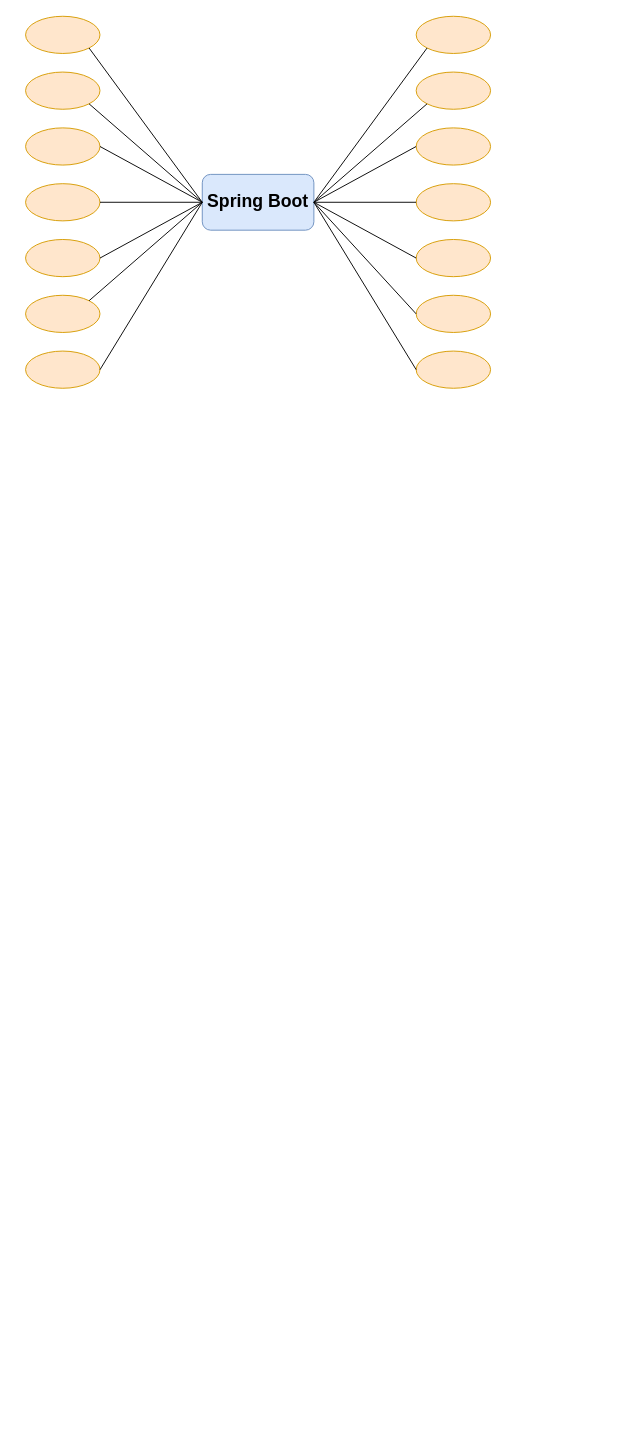
KTLeYing/draw-diagram keeps this draw.io diagram as 其他/业界前沿技术栈框架(后端).drawio. Above is the earlier version. Source tidied: cells renumbered, new cells numbered last; positions are measured from the earlier drawing's top-left corner, leaving out a move shared by most shapes. Both pictures are drawn from the tidied source at 93%, with x=0, y=0 at pixel (25, 16).
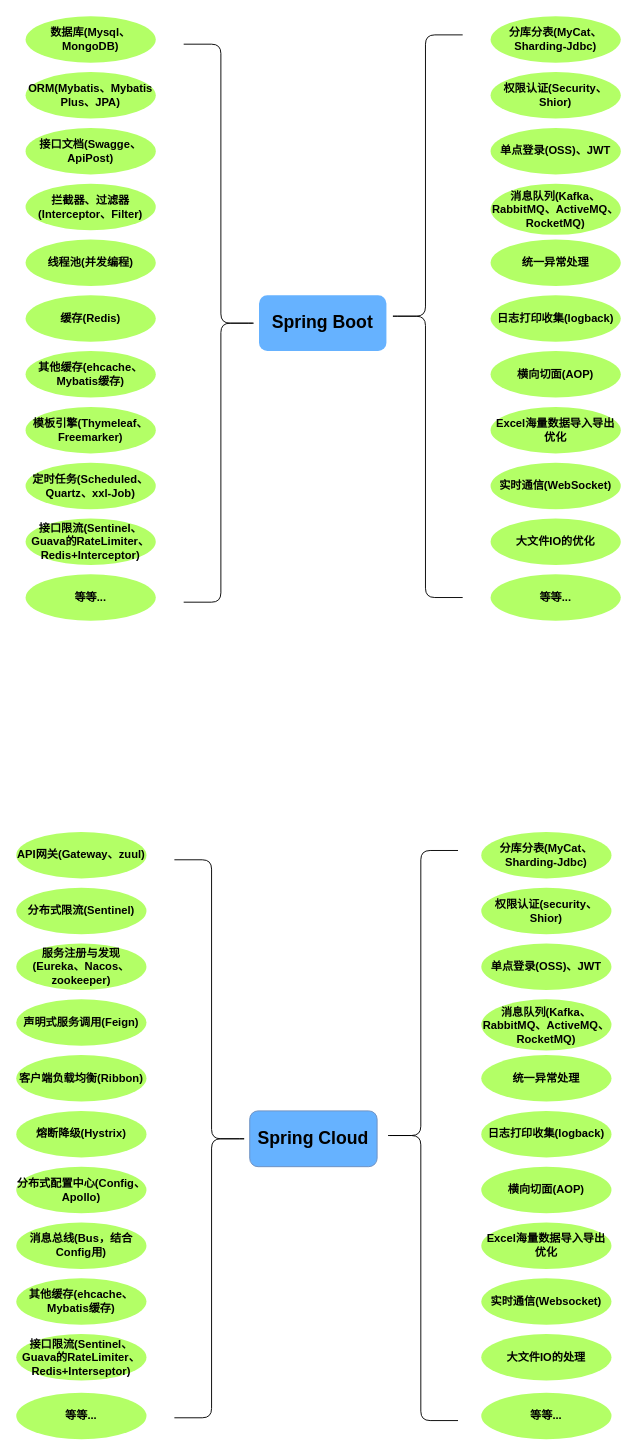
After the change.

Commit message (it also covers changes not shown here):
更新业界前沿技术栈框架(后端).drawio

Change to the diagram source:
```diff
@@
-    <mxCell id="2" value="&lt;font style=&quot;font-size: 19px;&quot;&gt;Spring Boot&lt;/font&gt;" style="rounded=1;whiteSpace=wrap;html=1;fillColor=#dae8fc;strokeColor=#6c8ebf;fontStyle=1;gradientColor=none;" parent="1" vertex="1">
-      <mxGeometry x="190" y="170" width="120" height="60" as="geometry" />
+    <mxCell id="2" value="&lt;font style=&quot;font-size: 19px;&quot;&gt;Spring Boot&lt;/font&gt;" style="rounded=1;whiteSpace=wrap;html=1;fillColor=#66B2FF;strokeColor=none;fontStyle=1;gradientColor=none;" parent="1" vertex="1">
+      <mxGeometry x="251" y="300" width="137" height="60" as="geometry" />
     </mxCell>
-    <mxCell id="3" style="ellipse;whiteSpace=wrap;html=1;fillColor=#ffe6cc;strokeColor=#d79b00;" parent="1" vertex="1">
-      <mxGeometry width="80" height="40" as="geometry" />
+    <mxCell id="3" value="数据库(Mysql、MongoDB)" style="ellipse;whiteSpace=wrap;html=1;fillColor=#B3FF66;strokeColor=none;fontColor=#000000;fontStyle=1;" parent="1" vertex="1">
+      <mxGeometry width="140" height="50" as="geometry" />
     </mxCell>
-    <mxCell id="4" style="ellipse;whiteSpace=wrap;html=1;fillColor=#ffe6cc;strokeColor=#d79b00;" parent="1" vertex="1">
-      <mxGeometry y="60" width="80" height="40" as="geometry" />
+    <mxCell id="4" value="ORM(Mybatis、Mybatis Plus、JPA)" style="ellipse;whiteSpace=wrap;html=1;fillColor=#B3FF66;strokeColor=none;fontColor=#000000;fontStyle=1;" parent="1" vertex="1">
+      <mxGeometry y="60" width="140" height="50" as="geometry" />
     </mxCell>
-    <mxCell id="5" style="ellipse;whiteSpace=wrap;html=1;fillColor=#ffe6cc;strokeColor=#d79b00;" parent="1" vertex="1">
-      <mxGeometry y="180" width="80" height="40" as="geometry" />
-    </mxCell>
-    <mxCell id="6" style="ellipse;whiteSpace=wrap;html=1;fillColor=#ffe6cc;strokeColor=#d79b00;" parent="1" vertex="1">
-      <mxGeometry y="120" width="80" height="40" as="geometry" />
-    </mxCell>
-    <mxCell id="7" style="ellipse;whiteSpace=wrap;html=1;fillColor=#ffe6cc;strokeColor=#d79b00;" parent="1" vertex="1">
-      <mxGeometry y="300" width="80" height="40" as="geometry" />
-    </mxCell>
-    <mxCell id="8" style="ellipse;whiteSpace=wrap;html=1;fillColor=#ffe6cc;strokeColor=#d79b00;" parent="1" vertex="1">
-      <mxGeometry y="240" width="80" height="40" as="geometry" />
-    </mxCell>
-    <mxCell id="9" style="endArrow=none;html=1;rounded=0;entryX=1;entryY=1;entryDx=0;entryDy=0;exitX=0;exitY=0.5;exitDx=0;exitDy=0;" parent="1" edge="1" source="2" target="3">
-      <mxGeometry relative="1" as="geometry" />
-    </mxCell>
-    <mxCell id="10" style="endArrow=none;html=1;rounded=0;entryX=1;entryY=0.5;entryDx=0;entryDy=0;" parent="1" edge="1" target="6">
-      <mxGeometry relative="1" as="geometry">
-        <mxPoint x="190" y="200" as="sourcePoint" />
-      </mxGeometry>
-    </mxCell>
-    <mxCell id="11" style="endArrow=none;html=1;rounded=0;entryX=1;entryY=1;entryDx=0;entryDy=0;exitX=0;exitY=0.5;exitDx=0;exitDy=0;" parent="1" edge="1" source="2" target="4">
-      <mxGeometry relative="1" as="geometry" />
-    </mxCell>
-    <mxCell id="12" style="endArrow=none;html=1;rounded=0;entryX=1;entryY=0.5;entryDx=0;entryDy=0;exitX=0;exitY=0.5;exitDx=0;exitDy=0;" parent="1" edge="1" source="2" target="5">
-      <mxGeometry relative="1" as="geometry" />
-    </mxCell>
-    <mxCell id="13" style="endArrow=none;html=1;rounded=0;entryX=1;entryY=0.5;entryDx=0;entryDy=0;exitX=0;exitY=0.5;exitDx=0;exitDy=0;" parent="1" edge="1" source="2" target="8">
-      <mxGeometry relative="1" as="geometry" />
-    </mxCell>
-    <mxCell id="14" style="endArrow=none;html=1;rounded=0;entryX=1;entryY=0;entryDx=0;entryDy=0;exitX=0;exitY=0.5;exitDx=0;exitDy=0;" parent="1" edge="1" source="2" target="7">
-      <mxGeometry relative="1" as="geometry" />
-    </mxCell>
-    <mxCell id="15" style="ellipse;whiteSpace=wrap;html=1;fillColor=#ffe6cc;strokeColor=#d79b00;" parent="1" vertex="1">
-      <mxGeometry y="360" width="80" height="40" as="geometry" />
-    </mxCell>
-    <mxCell id="16" style="endArrow=none;html=1;rounded=0;entryX=1;entryY=0.5;entryDx=0;entryDy=0;" parent="1" edge="1" target="15">
-      <mxGeometry relative="1" as="geometry">
-        <mxPoint x="190" y="200" as="sourcePoint" />
-      </mxGeometry>
-    </mxCell>
-    <mxCell id="17" style="ellipse;whiteSpace=wrap;html=1;fillColor=#ffe6cc;strokeColor=#d79b00;" parent="1" vertex="1">
-      <mxGeometry x="420" width="80" height="40" as="geometry" />
-    </mxCell>
-    <mxCell id="18" style="ellipse;whiteSpace=wrap;html=1;fillColor=#ffe6cc;strokeColor=#d79b00;" parent="1" vertex="1">
-      <mxGeometry x="420" y="60" width="80" height="40" as="geometry" />
-    </mxCell>
-    <mxCell id="19" style="ellipse;whiteSpace=wrap;html=1;fillColor=#ffe6cc;strokeColor=#d79b00;" parent="1" vertex="1">
-      <mxGeometry x="420" y="180" width="80" height="40" as="geometry" />
-    </mxCell>
-    <mxCell id="20" style="ellipse;whiteSpace=wrap;html=1;fillColor=#ffe6cc;strokeColor=#d79b00;" parent="1" vertex="1">
-      <mxGeometry x="420" y="120" width="80" height="40" as="geometry" />
-    </mxCell>
-    <mxCell id="21" style="ellipse;whiteSpace=wrap;html=1;fillColor=#ffe6cc;strokeColor=#d79b00;" parent="1" vertex="1">
-      <mxGeometry x="420" y="300" width="80" height="40" as="geometry" />
-    </mxCell>
-    <mxCell id="22" style="ellipse;whiteSpace=wrap;html=1;fillColor=#ffe6cc;strokeColor=#d79b00;" parent="1" vertex="1">
-      <mxGeometry x="420" y="240" width="80" height="40" as="geometry" />
-    </mxCell>
-    <mxCell id="23" style="endArrow=none;html=1;rounded=0;entryX=0;entryY=1;entryDx=0;entryDy=0;exitX=1;exitY=0.5;exitDx=0;exitDy=0;" parent="1" edge="1" source="2" target="17">
-      <mxGeometry relative="1" as="geometry" />
-    </mxCell>
-    <mxCell id="24" style="endArrow=none;html=1;rounded=0;exitX=0;exitY=0.5;exitDx=0;exitDy=0;" parent="1" edge="1" source="20">
-      <mxGeometry relative="1" as="geometry">
-        <mxPoint x="310" y="200" as="targetPoint" />
-      </mxGeometry>
-    </mxCell>
-    <mxCell id="25" style="endArrow=none;html=1;rounded=0;exitX=0;exitY=1;exitDx=0;exitDy=0;" parent="1" edge="1" source="18">
-      <mxGeometry relative="1" as="geometry">
-        <mxPoint x="310" y="200" as="targetPoint" />
-      </mxGeometry>
-    </mxCell>
-    <mxCell id="26" style="endArrow=none;html=1;rounded=0;" parent="1" edge="1">
-      <mxGeometry relative="1" as="geometry">
-        <mxPoint x="420" y="200" as="sourcePoint" />
-        <mxPoint x="310" y="200" as="targetPoint" />
-      </mxGeometry>
-    </mxCell>
-    <mxCell id="27" style="endArrow=none;html=1;rounded=0;entryX=1;entryY=0.5;entryDx=0;entryDy=0;exitX=0;exitY=0.5;exitDx=0;exitDy=0;" parent="1" edge="1" source="22" target="2">
-      <mxGeometry relative="1" as="geometry" />
-    </mxCell>
-    <mxCell id="28" style="endArrow=none;html=1;rounded=0;exitX=0;exitY=0.5;exitDx=0;exitDy=0;" parent="1" edge="1" source="21">
-      <mxGeometry relative="1" as="geometry">
-        <mxPoint x="310" y="200" as="targetPoint" />
-      </mxGeometry>
-    </mxCell>
-    <mxCell id="29" style="ellipse;whiteSpace=wrap;html=1;fillColor=#ffe6cc;strokeColor=#d79b00;" parent="1" vertex="1">
-      <mxGeometry x="420" y="360" width="80" height="40" as="geometry" />
-    </mxCell>
-    <mxCell id="30" style="endArrow=none;html=1;rounded=0;exitX=0;exitY=0.5;exitDx=0;exitDy=0;" parent="1" edge="1" source="29">
-      <mxGeometry relative="1" as="geometry">
-        <mxPoint x="310" y="200" as="targetPoint" />
-      </mxGeometry>
-    </mxCell>
+    <mxCell id="31" value="接口文档(Swagge、ApiPost)" style="ellipse;whiteSpace=wrap;html=1;fillColor=#B3FF66;strokeColor=none;fontColor=#000000;fontStyle=1;" parent="1" vertex="1">
+      <mxGeometry y="120" width="140" height="50" as="geometry" />
+    </mxCell>
+    <mxCell id="32" value="拦截器、过滤器(Interceptor、Filter)" style="ellipse;whiteSpace=wrap;html=1;fillColor=#B3FF66;strokeColor=none;fontColor=#000000;fontStyle=1;" parent="1" vertex="1">
+      <mxGeometry y="180" width="140" height="50" as="geometry" />
+    </mxCell>
+    <mxCell id="33" value="线程池(并发编程)" style="ellipse;whiteSpace=wrap;html=1;fillColor=#B3FF66;strokeColor=none;fontColor=#000000;fontStyle=1;" parent="1" vertex="1">
+      <mxGeometry y="240" width="140" height="50" as="geometry" />
+    </mxCell>
+    <mxCell id="34" value="缓存(Redis)" style="ellipse;whiteSpace=wrap;html=1;fillColor=#B3FF66;strokeColor=none;fontColor=#000000;fontStyle=1;" parent="1" vertex="1">
+      <mxGeometry y="300" width="140" height="50" as="geometry" />
+    </mxCell>
+    <mxCell id="35" value="定时任务(Scheduled、Quartz、xxl-Job)" style="ellipse;whiteSpace=wrap;html=1;fillColor=#B3FF66;strokeColor=none;fontColor=#000000;fontStyle=1;" parent="1" vertex="1">
+      <mxGeometry y="480" width="140" height="50" as="geometry" />
+    </mxCell>
+    <mxCell id="36" value="模板引擎(Thymeleaf、Freemarker)" style="ellipse;whiteSpace=wrap;html=1;fillColor=#B3FF66;strokeColor=none;fontColor=#000000;fontStyle=1;" parent="1" vertex="1">
+      <mxGeometry y="420" width="140" height="50" as="geometry" />
+    </mxCell>
+    <mxCell id="37" value="其他缓存(ehcache、Mybatis缓存)" style="ellipse;whiteSpace=wrap;html=1;fillColor=#B3FF66;strokeColor=none;fontColor=#000000;fontStyle=1;" parent="1" vertex="1">
+      <mxGeometry y="360" width="140" height="50" as="geometry" />
+    </mxCell>
+    <mxCell id="38" value="接口限流(Sentinel、Guava的RateLimiter、Redis+Interceptor)" style="ellipse;whiteSpace=wrap;html=1;fillColor=#B3FF66;strokeColor=none;fontColor=#000000;fontStyle=1;" parent="1" vertex="1">
+      <mxGeometry y="540" width="140" height="50" as="geometry" />
+    </mxCell>
+    <mxCell id="39" value="分库分表(MyCat、Sharding-Jdbc)" style="ellipse;whiteSpace=wrap;html=1;fillColor=#B3FF66;strokeColor=none;fontStyle=1;" parent="1" vertex="1">
+      <mxGeometry x="500" width="140" height="50" as="geometry" />
+    </mxCell>
+    <mxCell id="40" value="权限认证(Security、Shior)" style="ellipse;whiteSpace=wrap;html=1;fillColor=#B3FF66;strokeColor=none;fontStyle=1;" parent="1" vertex="1">
+      <mxGeometry x="500" y="60" width="140" height="50" as="geometry" />
+    </mxCell>
+    <mxCell id="41" value="单点登录(OSS)、JWT" style="ellipse;whiteSpace=wrap;html=1;fillColor=#B3FF66;strokeColor=none;fontStyle=1;" parent="1" vertex="1">
+      <mxGeometry x="500" y="120" width="140" height="50" as="geometry" />
+    </mxCell>
+    <mxCell id="42" value="消息队列(Kafka、RabbitMQ、ActiveMQ、RocketMQ)" style="ellipse;whiteSpace=wrap;html=1;fillColor=#B3FF66;strokeColor=none;fontStyle=1;" parent="1" vertex="1">
+      <mxGeometry x="500" y="180" width="140" height="55" as="geometry" />
+    </mxCell>
+    <mxCell id="43" value="统一异常处理" style="ellipse;whiteSpace=wrap;html=1;fillColor=#B3FF66;strokeColor=none;fontStyle=1;" parent="1" vertex="1">
+      <mxGeometry x="500" y="240" width="140" height="50" as="geometry" />
+    </mxCell>
+    <mxCell id="44" value="日志打印收集(logback)" style="ellipse;whiteSpace=wrap;html=1;fillColor=#B3FF66;strokeColor=none;fontStyle=1;" parent="1" vertex="1">
+      <mxGeometry x="500" y="300" width="140" height="50" as="geometry" />
+    </mxCell>
+    <mxCell id="45" value="实时通信(WebSocket)" style="ellipse;whiteSpace=wrap;html=1;fillColor=#B3FF66;strokeColor=none;fontStyle=1;" parent="1" vertex="1">
+      <mxGeometry x="500" y="480" width="140" height="50" as="geometry" />
+    </mxCell>
+    <mxCell id="46" value="Excel海量数据导入导出优化" style="ellipse;whiteSpace=wrap;html=1;fillColor=#B3FF66;strokeColor=none;fontStyle=1;" parent="1" vertex="1">
+      <mxGeometry x="500" y="420" width="140" height="50" as="geometry" />
+    </mxCell>
+    <mxCell id="47" value="横向切面(AOP)" style="ellipse;whiteSpace=wrap;html=1;fillColor=#B3FF66;strokeColor=none;fontStyle=1;" parent="1" vertex="1">
+      <mxGeometry x="500" y="360" width="140" height="50" as="geometry" />
+    </mxCell>
+    <mxCell id="48" value="大文件IO的优化" style="ellipse;whiteSpace=wrap;html=1;fillColor=#B3FF66;strokeColor=none;fontStyle=1;" parent="1" vertex="1">
+      <mxGeometry x="500" y="540" width="140" height="50" as="geometry" />
+    </mxCell>
+    <mxCell id="49" value="等等..." style="ellipse;whiteSpace=wrap;html=1;fillColor=#B3FF66;strokeColor=none;fontColor=#000000;fontStyle=1;" parent="1" vertex="1">
+      <mxGeometry y="600" width="140" height="50" as="geometry" />
+    </mxCell>
+    <mxCell id="50" value="等等..." style="ellipse;whiteSpace=wrap;html=1;fillColor=#B3FF66;strokeColor=none;fontStyle=1;" parent="1" vertex="1">
+      <mxGeometry x="500" y="600" width="140" height="50" as="geometry" />
+    </mxCell>
+    <mxCell id="51" style="shape=curlyBracket;whiteSpace=wrap;html=1;rounded=1;flipH=1;fontSize=19;fillColor=#D4E1F5;gradientColor=none;" parent="1" vertex="1">
+      <mxGeometry x="170" y="30" width="80" height="600" as="geometry" />
+    </mxCell>
+    <mxCell id="52" style="shape=curlyBracket;whiteSpace=wrap;html=1;rounded=1;fontSize=19;fillColor=#D4E1F5;gradientColor=none;size=0.5;" parent="1" vertex="1">
+      <mxGeometry x="390" y="20" width="80" height="605" as="geometry" />
+    </mxCell>
+    <mxCell id="53" value="&lt;font style=&quot;font-size: 19px;&quot;&gt;Spring Cloud&lt;/font&gt;" style="rounded=1;whiteSpace=wrap;html=1;fillColor=#66B2FF;strokeColor=#6c8ebf;fontStyle=1;gradientColor=none;" parent="1" vertex="1">
+      <mxGeometry x="241" y="1177" width="137" height="60" as="geometry" />
+    </mxCell>
+    <mxCell id="54" value="API网关(Gateway、zuul)" style="ellipse;whiteSpace=wrap;html=1;fillColor=#B3FF66;strokeColor=none;fontStyle=1;" parent="1" vertex="1">
+      <mxGeometry x="-10" y="877" width="140" height="50" as="geometry" />
+    </mxCell>
+    <mxCell id="55" value="分布式限流(Sentinel)" style="ellipse;whiteSpace=wrap;html=1;fillColor=#B3FF66;strokeColor=none;fontStyle=1;" parent="1" vertex="1">
+      <mxGeometry x="-10" y="937" width="140" height="50" as="geometry" />
+    </mxCell>
+    <mxCell id="56" value="服务注册与发现(Eureka、Nacos、zookeeper)" style="ellipse;whiteSpace=wrap;html=1;fillColor=#B3FF66;strokeColor=none;fontStyle=1;" parent="1" vertex="1">
+      <mxGeometry x="-10" y="997" width="140" height="50" as="geometry" />
+    </mxCell>
+    <mxCell id="57" value="声明式服务调用(Feign)" style="ellipse;whiteSpace=wrap;html=1;fillColor=#B3FF66;strokeColor=none;fontStyle=1;" parent="1" vertex="1">
+      <mxGeometry x="-10" y="1057" width="140" height="50" as="geometry" />
+    </mxCell>
+    <mxCell id="58" value="客户端负载均衡(Ribbon)" style="ellipse;whiteSpace=wrap;html=1;fillColor=#B3FF66;strokeColor=none;fontStyle=1;" parent="1" vertex="1">
+      <mxGeometry x="-10" y="1117" width="140" height="50" as="geometry" />
+    </mxCell>
+    <mxCell id="59" value="熔断降级(Hystrix)" style="ellipse;whiteSpace=wrap;html=1;fillColor=#B3FF66;strokeColor=none;fontStyle=1;" parent="1" vertex="1">
+      <mxGeometry x="-10" y="1177" width="140" height="50" as="geometry" />
+    </mxCell>
+    <mxCell id="60" value="分布式配置中心(Config、Apollo)" style="ellipse;whiteSpace=wrap;html=1;fillColor=#B3FF66;strokeColor=none;fontStyle=1;" parent="1" vertex="1">
+      <mxGeometry x="-10" y="1237" width="140" height="50" as="geometry" />
+    </mxCell>
+    <mxCell id="61" value="消息总线(Bus，结合Config用)" style="ellipse;whiteSpace=wrap;html=1;fillColor=#B3FF66;strokeColor=none;fontStyle=1;" parent="1" vertex="1">
+      <mxGeometry x="-10" y="1297" width="140" height="50" as="geometry" />
+    </mxCell>
+    <mxCell id="62" value="其他缓存(ehcache、Mybatis缓存)" style="ellipse;whiteSpace=wrap;html=1;fillColor=#B3FF66;strokeColor=none;fontStyle=1;" parent="1" vertex="1">
+      <mxGeometry x="-10" y="1357" width="140" height="50" as="geometry" />
+    </mxCell>
+    <mxCell id="63" value="接口限流(Sentinel、Guava的RateLimiter、Redis+Interseptor)" style="ellipse;whiteSpace=wrap;html=1;fillColor=#B3FF66;strokeColor=none;fontStyle=1;" parent="1" vertex="1">
+      <mxGeometry x="-10" y="1417" width="140" height="50" as="geometry" />
+    </mxCell>
+    <mxCell id="64" value="分库分表(MyCat、Sharding-Jdbc)" style="ellipse;whiteSpace=wrap;html=1;fillColor=#B3FF66;strokeColor=none;fontStyle=1;" parent="1" vertex="1">
+      <mxGeometry x="490" y="877" width="140" height="50" as="geometry" />
+    </mxCell>
+    <mxCell id="65" value="权限认证(security、Shior)" style="ellipse;whiteSpace=wrap;html=1;fillColor=#B3FF66;strokeColor=none;fontStyle=1;" parent="1" vertex="1">
+      <mxGeometry x="490" y="937" width="140" height="50" as="geometry" />
+    </mxCell>
+    <mxCell id="66" value="单点登录(OSS)、JWT" style="ellipse;whiteSpace=wrap;html=1;fillColor=#B3FF66;strokeColor=none;fontStyle=1;" parent="1" vertex="1">
+      <mxGeometry x="490" y="997" width="140" height="50" as="geometry" />
+    </mxCell>
+    <mxCell id="67" value="消息队列(Kafka、RabbitMQ、ActiveMQ、RocketMQ)" style="ellipse;whiteSpace=wrap;html=1;fillColor=#B3FF66;strokeColor=none;fontStyle=1;" parent="1" vertex="1">
+      <mxGeometry x="490" y="1057" width="140" height="55" as="geometry" />
+    </mxCell>
+    <mxCell id="68" value="统一异常处理" style="ellipse;whiteSpace=wrap;html=1;fillColor=#B3FF66;strokeColor=none;fontStyle=1;" parent="1" vertex="1">
+      <mxGeometry x="490" y="1117" width="140" height="50" as="geometry" />
+    </mxCell>
+    <mxCell id="69" value="日志打印收集(logback)" style="ellipse;whiteSpace=wrap;html=1;fillColor=#B3FF66;strokeColor=none;fontStyle=1;" parent="1" vertex="1">
+      <mxGeometry x="490" y="1177" width="140" height="50" as="geometry" />
+    </mxCell>
+    <mxCell id="70" value="实时通信(Websocket)" style="ellipse;whiteSpace=wrap;html=1;fillColor=#B3FF66;strokeColor=none;fontStyle=1;" parent="1" vertex="1">
+      <mxGeometry x="490" y="1357" width="140" height="50" as="geometry" />
+    </mxCell>
+    <mxCell id="71" value="Excel海量数据导入导出优化" style="ellipse;whiteSpace=wrap;html=1;fillColor=#B3FF66;strokeColor=none;fontStyle=1;" parent="1" vertex="1">
+      <mxGeometry x="490" y="1297" width="140" height="50" as="geometry" />
+    </mxCell>
+    <mxCell id="72" value="横向切面(AOP)" style="ellipse;whiteSpace=wrap;html=1;fillColor=#B3FF66;strokeColor=none;fontStyle=1;" parent="1" vertex="1">
+      <mxGeometry x="490" y="1237" width="140" height="50" as="geometry" />
+    </mxCell>
+    <mxCell id="73" value="大文件IO的处理" style="ellipse;whiteSpace=wrap;html=1;fillColor=#B3FF66;strokeColor=none;fontStyle=1;" parent="1" vertex="1">
+      <mxGeometry x="490" y="1417" width="140" height="50" as="geometry" />
+    </mxCell>
+    <mxCell id="74" value="等等..." style="ellipse;whiteSpace=wrap;html=1;fillColor=#B3FF66;strokeColor=none;fontStyle=1;" parent="1" vertex="1">
+      <mxGeometry x="-10" y="1480" width="140" height="50" as="geometry" />
+    </mxCell>
+    <mxCell id="75" value="等等..." style="ellipse;whiteSpace=wrap;html=1;fillColor=#B3FF66;strokeColor=none;fontStyle=1;" parent="1" vertex="1">
+      <mxGeometry x="490" y="1480" width="140" height="50" as="geometry" />
+    </mxCell>
+    <mxCell id="76" style="shape=curlyBracket;whiteSpace=wrap;html=1;rounded=1;flipH=1;fontSize=19;fillColor=#D4E1F5;gradientColor=none;" parent="1" vertex="1">
+      <mxGeometry x="160" y="907" width="80" height="600" as="geometry" />
+    </mxCell>
+    <mxCell id="77" style="shape=curlyBracket;whiteSpace=wrap;html=1;rounded=1;fontSize=19;fillColor=#D4E1F5;gradientColor=none;size=0.5;" parent="1" vertex="1">
+      <mxGeometry x="385" y="897" width="80" height="613" as="geometry" />
+    </mxCell>
```
